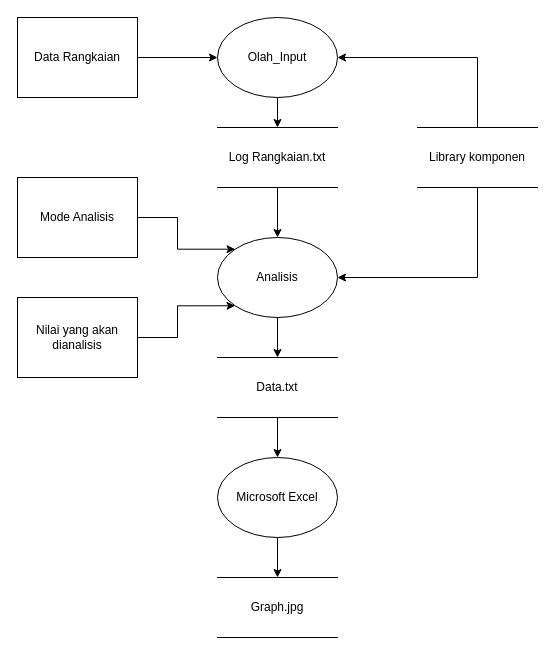
Above: page "Level_0" (1 of 3) of Data Flow Diagram.drawio in Lucranix28/TugasBesarPMC-LTSpice (draw.io), before the change. Source tidied: cells renumbered, new cells numbered last; positions are measured from the earlier drawing's top-left corner, leaving out a move shared by most shapes. Both pictures are drawn from the tidied source at 100%, with x=0, y=0 at pixel (17, 17).
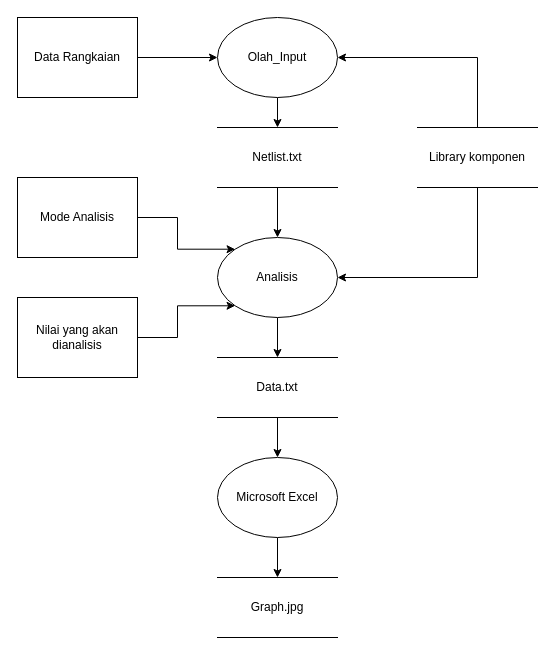
Above is the later version.

Diff of the diagram source:
```diff
@@
-    <mxCell id="6" value="Log Rangkaian.txt" style="shape=partialRectangle;whiteSpace=wrap;html=1;left=0;right=0;fillColor=none;" parent="1" vertex="1">
+    <mxCell id="6" value="Netlist.txt" style="shape=partialRectangle;whiteSpace=wrap;html=1;left=0;right=0;fillColor=none;" parent="1" vertex="1">
       <mxGeometry x="200" y="110" width="120" height="60" as="geometry" />
     </mxCell>
```
